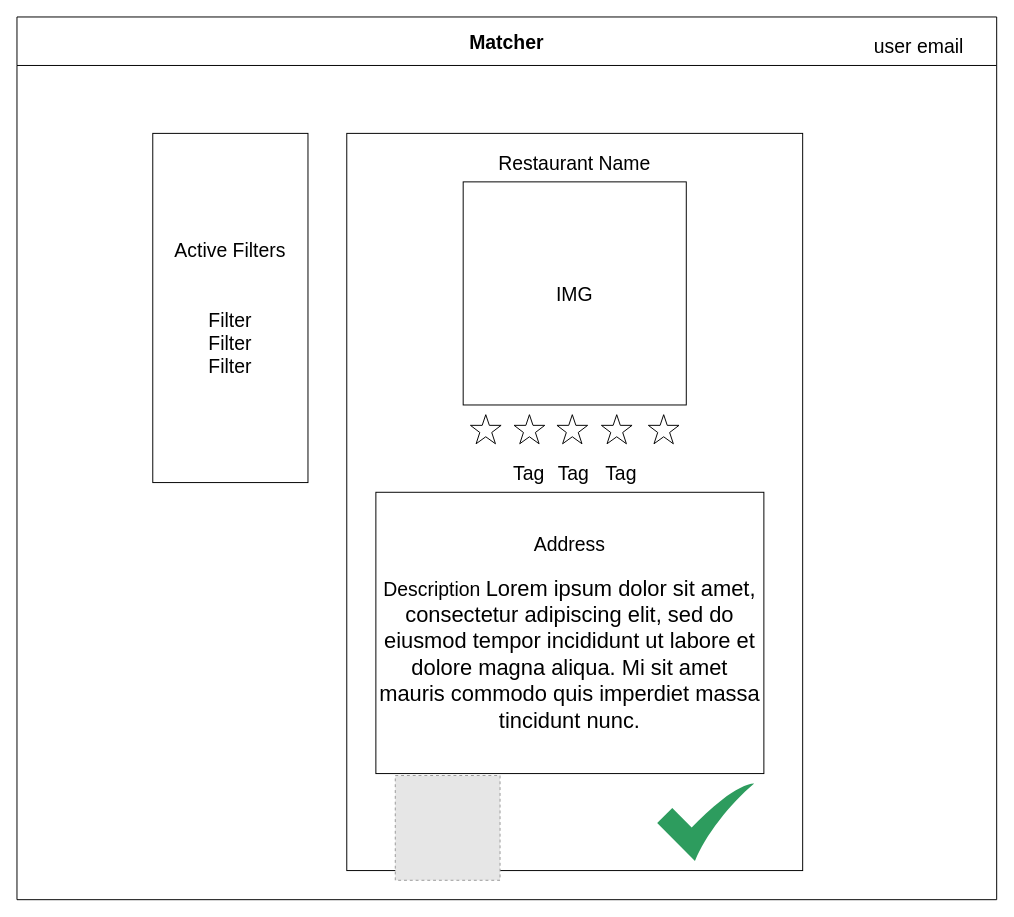
This is page "Desktop" (1 of 2) of img/matcher-wireframe.drawio from DanteCrossCoding/matcher, a draw.io file, before an edit. Source tidied: cells renumbered, new cells numbered last; positions are measured from the earlier drawing's top-left corner, leaving out a move shared by most shapes. Both pictures are drawn from the tidied source at 97%, with x=0, y=0 at pixel (16, 16). Pictures stored in the file or linked from it are replaced by grey dashed boxes.
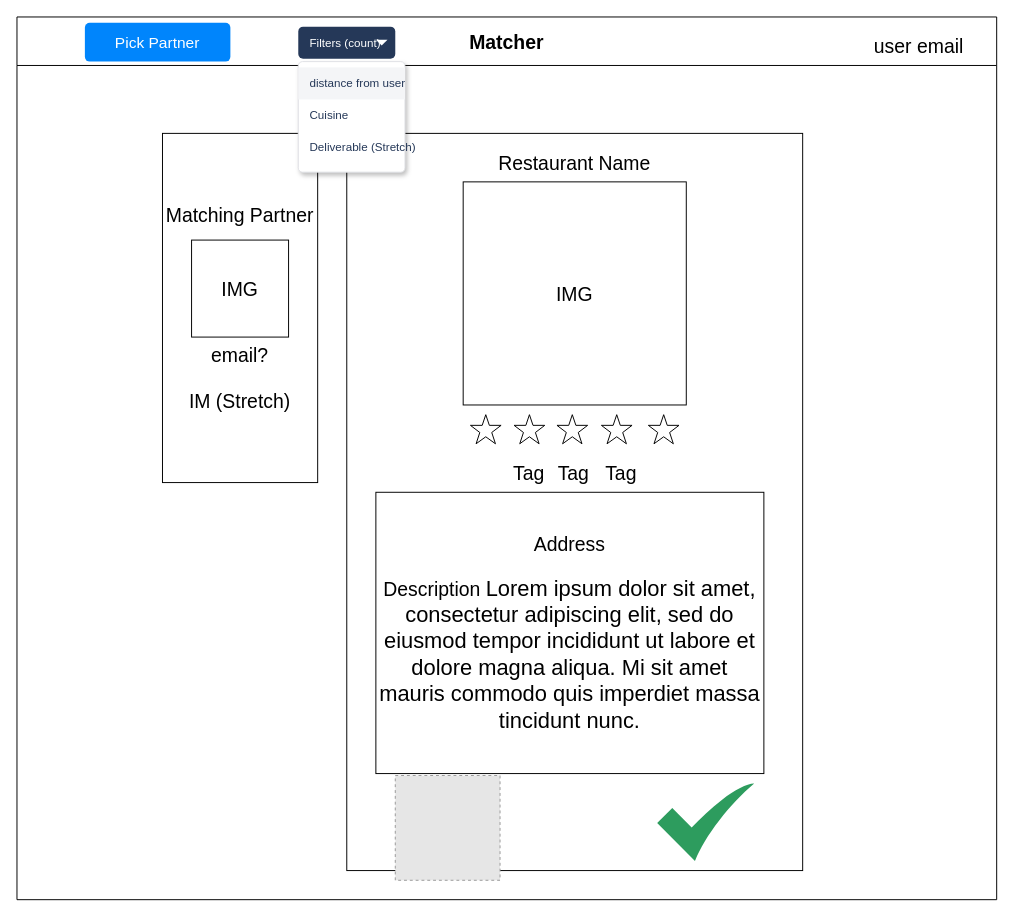
After the change.

Unchanged cells that the change refers to:
```xml
<mxCell id="3" value="Matcher" style="swimlane;startSize=50;fontSize=20;" parent="1" vertex="1">
  <mxGeometry width="1010" height="910" as="geometry" />
</mxCell>
```

Diff of the diagram source:
```diff
@@
-    <mxCell id="4" value="Active Filters&lt;br&gt;&lt;br&gt;&lt;br&gt;Filter&lt;br&gt;Filter&lt;br&gt;Filter" style="whiteSpace=wrap;html=1;fontSize=20;" parent="3" vertex="1">
-      <mxGeometry x="140" y="120" width="160" height="360" as="geometry" />
+    <mxCell id="4" value="Matching Partner&lt;br&gt;&lt;br&gt;&lt;br&gt;&lt;br&gt;&lt;br&gt;&lt;br&gt;email?&lt;br&gt;&lt;br&gt;IM (Stretch)" style="whiteSpace=wrap;html=1;fontSize=20;" parent="3" vertex="1">
+      <mxGeometry x="150" y="120" width="160" height="360" as="geometry" />
     </mxCell>
@@
+    <mxCell id="19" value="Filters (count)" style="rounded=1;fillColor=#253858;strokeColor=none;html=1;fontColor=#ffffff;align=left;fontSize=12;spacingLeft=10;" parent="3" vertex="1">
+      <mxGeometry x="290" y="10" width="100" height="33" as="geometry" />
+    </mxCell>
+    <mxCell id="20" style="shape=triangle;direction=south;fillColor=#ffffff;strokeColor=none;html=1;" parent="19" vertex="1">
+      <mxGeometry x="1" y="0.5" width="12" height="6" relative="1" as="geometry">
+        <mxPoint x="-20" y="-3" as="offset" />
+      </mxGeometry>
+    </mxCell>
+    <mxCell id="21" style="rounded=1;fillColor=#ffffff;strokeColor=#DFE1E5;shadow=1;html=1;arcSize=4;" parent="3" vertex="1">
+      <mxGeometry x="290" y="46" width="110" height="114" as="geometry" />
+    </mxCell>
+    <mxCell id="22" value="distance from user" style="rounded=0;fillColor=#F4F5F7;strokeColor=none;shadow=0;html=1;align=left;fontSize=12;spacingLeft=10;fontColor=#253858;" parent="21" vertex="1">
+      <mxGeometry width="110" height="33" relative="1" as="geometry">
+        <mxPoint y="6" as="offset" />
+      </mxGeometry>
+    </mxCell>
+    <mxCell id="23" value="Cuisine" style="rounded=0;fillColor=none;strokeColor=none;shadow=0;html=1;align=left;fontSize=12;spacingLeft=10;fontColor=#253858;" parent="21" vertex="1">
+      <mxGeometry width="110" height="33" relative="1" as="geometry">
+        <mxPoint y="39" as="offset" />
+      </mxGeometry>
+    </mxCell>
+    <mxCell id="24" value="Deliverable (Stretch)" style="rounded=0;fillColor=none;strokeColor=none;shadow=0;html=1;align=left;fontSize=12;spacingLeft=10;fontColor=#253858;" parent="21" vertex="1">
+      <mxGeometry width="110" height="33" relative="1" as="geometry">
+        <mxPoint y="72" as="offset" />
+      </mxGeometry>
+    </mxCell>
+    <mxCell id="25" value="IMG" style="whiteSpace=wrap;html=1;fontSize=20;" parent="3" vertex="1">
+      <mxGeometry x="180" y="230" width="100" height="100" as="geometry" />
+    </mxCell>
+    <mxCell id="26" value="Pick Partner" style="html=1;shadow=0;dashed=0;shape=mxgraph.bootstrap.rrect;rSize=5;strokeColor=none;strokeWidth=1;fillColor=#0085FC;fontColor=#FFFFFF;whiteSpace=wrap;align=center;verticalAlign=middle;spacingLeft=0;fontStyle=0;fontSize=16;spacing=5;" parent="3" vertex="1">
+      <mxGeometry x="70" y="6" width="150" height="40" as="geometry" />
+    </mxCell>
```
